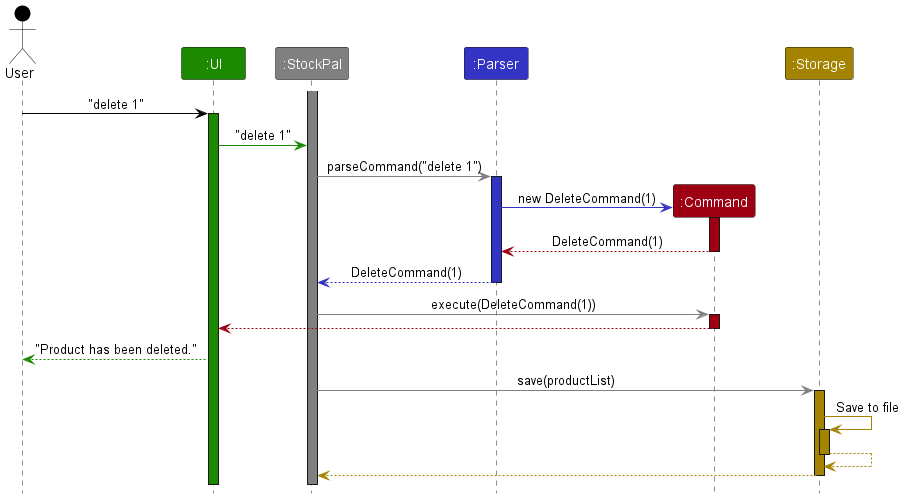
Earlier version of the PlantUML export docs/images/ArchitectureSequenceDiagram.png (leongxingyu/tp).
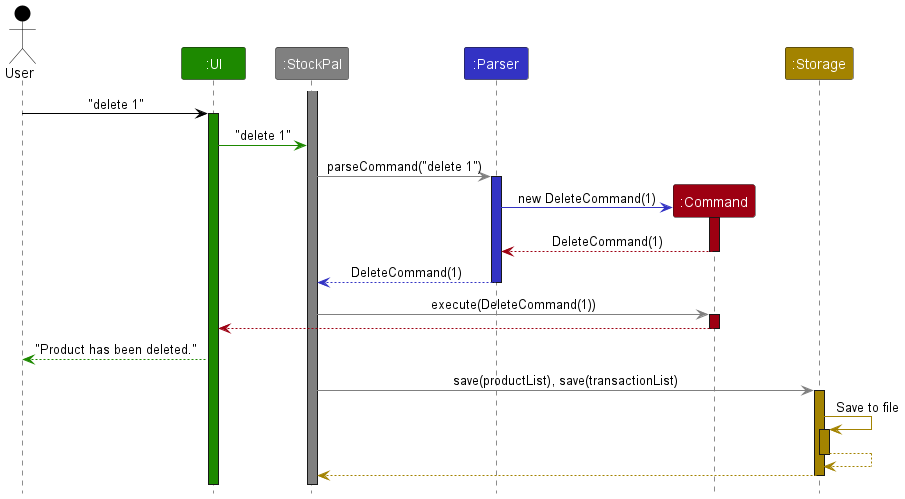
The same file after the commit.

The edit, as a diff of the source:
```diff
@@ -36,7 +36,7 @@
 deactivate command
 ui --[UI_COLOR]> user : "Product has been deleted."
 
-stockpal -[STOCKPAL_COLOR]> storage : save(productList)
+stockpal -[STOCKPAL_COLOR]> storage : save(productList), save(transactionList)
 activate storage STORAGE_COLOR
 
 storage -[STORAGE_COLOR]> storage : Save to file
```
